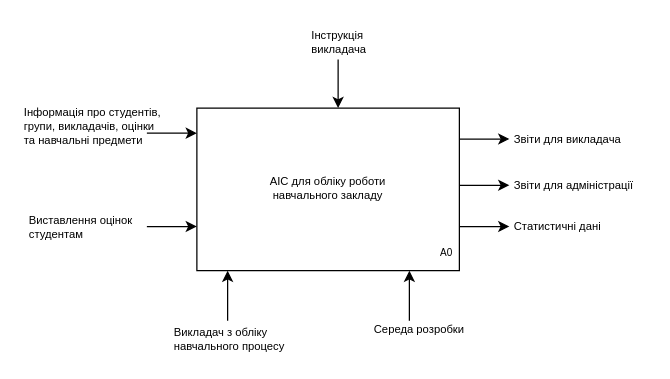
Earlier version of the draw.io diagram docs/Diagram SADT-0.drawio (MikeostCorp/Gradify). Source tidied: cells renumbered, new cells numbered last; positions are measured from the earlier drawing's top-left corner, leaving out a move shared by most shapes. Both pictures are drawn from the tidied source at 125%, with x=0, y=0 at pixel (21, 22).
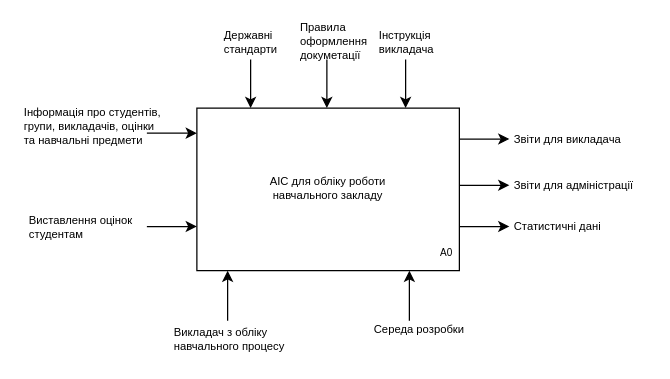
The same page after the edit.

Commit message (it also covers changes not shown here):
docs: [SADT] update info (check desc.)

Change to the diagram source:
```diff
@@
     <mxCell id="16" style="endArrow=classic;html=1;rounded=0;" parent="1" edge="1">
       <mxGeometry relative="1" as="geometry">
-        <mxPoint x="253" y="29" as="sourcePoint" />
-        <mxPoint x="253" y="68" as="targetPoint" />
+        <mxPoint x="307" y="29" as="sourcePoint" />
+        <mxPoint x="307" y="68" as="targetPoint" />
       </mxGeometry>
     </mxCell>
     <mxCell id="17" value="&lt;div style=&quot;&quot;&gt;Інструкція&lt;/div&gt;&lt;div style=&quot;&quot;&gt;викладача&lt;/div&gt;" style="text;strokeColor=none;fillColor=none;align=left;verticalAlign=middle;whiteSpace=wrap;rounded=0;shadow=0;fontStyle=0;html=1;fontSize=9;spacingTop=0;" parent="1" vertex="1">
-      <mxGeometry x="230" width="56" height="30" as="geometry" />
+      <mxGeometry x="284" width="56" height="30" as="geometry" />
     </mxCell>
@@
+    <mxCell id="21" style="endArrow=classic;html=1;rounded=0;" parent="1" edge="1">
+      <mxGeometry relative="1" as="geometry">
+        <mxPoint x="183" y="29" as="sourcePoint" />
+        <mxPoint x="183" y="68" as="targetPoint" />
+      </mxGeometry>
+    </mxCell>
+    <mxCell id="22" value="Державні стандарти" style="text;strokeColor=none;fillColor=none;align=left;verticalAlign=middle;whiteSpace=wrap;rounded=0;shadow=0;fontStyle=0;html=1;fontSize=9;spacingTop=0;" parent="1" vertex="1">
+      <mxGeometry x="160" width="56" height="30" as="geometry" />
+    </mxCell>
+    <mxCell id="23" style="endArrow=classic;html=1;rounded=0;" parent="1" edge="1">
+      <mxGeometry relative="1" as="geometry">
+        <mxPoint x="244" y="29" as="sourcePoint" />
+        <mxPoint x="244" y="68" as="targetPoint" />
+      </mxGeometry>
+    </mxCell>
+    <mxCell id="24" value="Правила оформлення докуметації" style="text;strokeColor=none;fillColor=none;align=left;verticalAlign=middle;whiteSpace=wrap;rounded=0;shadow=0;fontStyle=0;html=1;fontSize=9;spacingTop=0;" parent="1" vertex="1">
+      <mxGeometry x="221" width="56" height="30" as="geometry" />
+    </mxCell>
```
